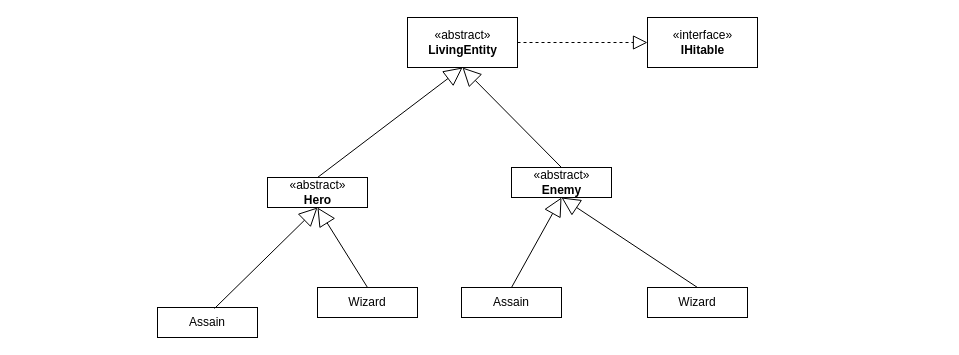
HiamKaito/KaiGame_01 keeps this draw.io diagram as page "LivingEntiy" (3 of 5) of KaiGame_01.drawio. Above is the earlier version. Source tidied: cells renumbered, new cells numbered last; positions are measured from the earlier drawing's top-left corner, leaving out a move shared by most shapes. Both pictures are drawn from the tidied source at 100%, with x=0, y=0 at pixel (157, 17).
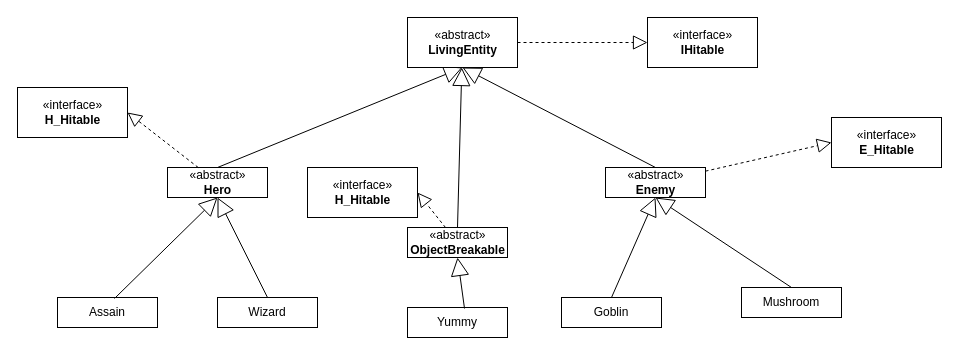
Above is the later version.

The change refers to these unchanged cells:
```xml
<mxCell id="14" value="«abstract»&lt;br&gt;&lt;b&gt;LivingEntity&lt;/b&gt;" style="html=1;" parent="1" vertex="1">
  <mxGeometry x="250" width="110" height="50" as="geometry" />
</mxCell>
```

What changed in the source:
```diff
@@
     <mxCell id="5" value="Assain" style="rounded=0;whiteSpace=wrap;html=1;" parent="1" vertex="1">
-      <mxGeometry y="290" width="100" height="30" as="geometry" />
+      <mxGeometry x="-100" y="280" width="100" height="30" as="geometry" />
     </mxCell>
     <mxCell id="6" value="Wizard" style="rounded=0;whiteSpace=wrap;html=1;" parent="1" vertex="1">
-      <mxGeometry x="160" y="270" width="100" height="30" as="geometry" />
+      <mxGeometry x="60" y="280" width="100" height="30" as="geometry" />
     </mxCell>
-    <mxCell id="7" value="Assain" style="rounded=0;whiteSpace=wrap;html=1;" parent="1" vertex="1">
-      <mxGeometry x="304" y="270" width="100" height="30" as="geometry" />
+    <mxCell id="7" value="Goblin" style="rounded=0;whiteSpace=wrap;html=1;" parent="1" vertex="1">
+      <mxGeometry x="404" y="280" width="100" height="30" as="geometry" />
     </mxCell>
-    <mxCell id="8" value="Wizard" style="rounded=0;whiteSpace=wrap;html=1;" parent="1" vertex="1">
-      <mxGeometry x="490" y="270" width="100" height="30" as="geometry" />
+    <mxCell id="8" value="Mushroom" style="rounded=0;whiteSpace=wrap;html=1;" parent="1" vertex="1">
+      <mxGeometry x="584" y="270" width="100" height="30" as="geometry" />
     </mxCell>
@@
     <mxCell id="15" value="«abstract»&lt;br&gt;&lt;b&gt;Hero&lt;/b&gt;" style="html=1;" parent="1" vertex="1">
-      <mxGeometry x="110" y="160" width="100" height="30" as="geometry" />
+      <mxGeometry x="10" y="150" width="100" height="30" as="geometry" />
     </mxCell>
     <mxCell id="16" value="«abstract»&lt;br&gt;&lt;b&gt;Enemy&lt;/b&gt;" style="html=1;" parent="1" vertex="1">
-      <mxGeometry x="354" y="150" width="100" height="30" as="geometry" />
+      <mxGeometry x="448" y="150" width="100" height="30" as="geometry" />
     </mxCell>
+    <mxCell id="17" style="endArrow=block;dashed=1;endFill=0;endSize=12;html=1;entryX=0;entryY=0.5;entryDx=0;entryDy=0;" parent="1" edge="1" source="16" target="18">
+      <mxGeometry relative="1" as="geometry" />
+    </mxCell>
+    <mxCell id="18" value="«interface»&lt;br&gt;&lt;b&gt;E_Hitable&lt;/b&gt;" style="html=1;" parent="1" vertex="1">
+      <mxGeometry x="674" y="100" width="110" height="50" as="geometry" />
+    </mxCell>
+    <mxCell id="19" style="endArrow=block;dashed=1;endFill=0;endSize=12;html=1;entryX=1;entryY=0.5;entryDx=0;entryDy=0;" parent="1" edge="1" source="15" target="20">
+      <mxGeometry relative="1" as="geometry" />
+    </mxCell>
+    <mxCell id="20" value="«interface»&lt;br&gt;&lt;b&gt;H_Hitable&lt;/b&gt;" style="html=1;" parent="1" vertex="1">
+      <mxGeometry x="-140" y="70" width="110" height="50" as="geometry" />
+    </mxCell>
+    <mxCell id="21" value="Yummy" style="rounded=0;whiteSpace=wrap;html=1;" parent="1" vertex="1">
+      <mxGeometry x="250" y="290" width="100" height="30" as="geometry" />
+    </mxCell>
+    <mxCell id="22" style="endArrow=block;endSize=16;endFill=0;html=1;exitX=0.57;exitY=0.033;exitDx=0;exitDy=0;exitPerimeter=0;entryX=0.5;entryY=1;entryDx=0;entryDy=0;" parent="1" edge="1" source="21" target="23">
+      <mxGeometry relative="1" as="geometry" />
+    </mxCell>
+    <mxCell id="23" value="«abstract»&lt;br&gt;&lt;b&gt;ObjectBreakable&lt;/b&gt;" style="html=1;" parent="1" vertex="1">
+      <mxGeometry x="250" y="210" width="100" height="30" as="geometry" />
+    </mxCell>
+    <mxCell id="24" style="endArrow=block;dashed=1;endFill=0;endSize=12;html=1;entryX=1;entryY=0.5;entryDx=0;entryDy=0;" parent="1" edge="1" source="23" target="25">
+      <mxGeometry relative="1" as="geometry" />
+    </mxCell>
+    <mxCell id="25" value="«interface»&lt;br&gt;&lt;b&gt;H_Hitable&lt;/b&gt;" style="html=1;" parent="1" vertex="1">
+      <mxGeometry x="150" y="150" width="110" height="50" as="geometry" />
+    </mxCell>
+    <mxCell id="26" style="endArrow=block;endSize=16;endFill=0;html=1;exitX=0.5;exitY=0;exitDx=0;exitDy=0;" parent="1" edge="1" source="23" target="14">
+      <mxGeometry relative="1" as="geometry" />
+    </mxCell>
```
